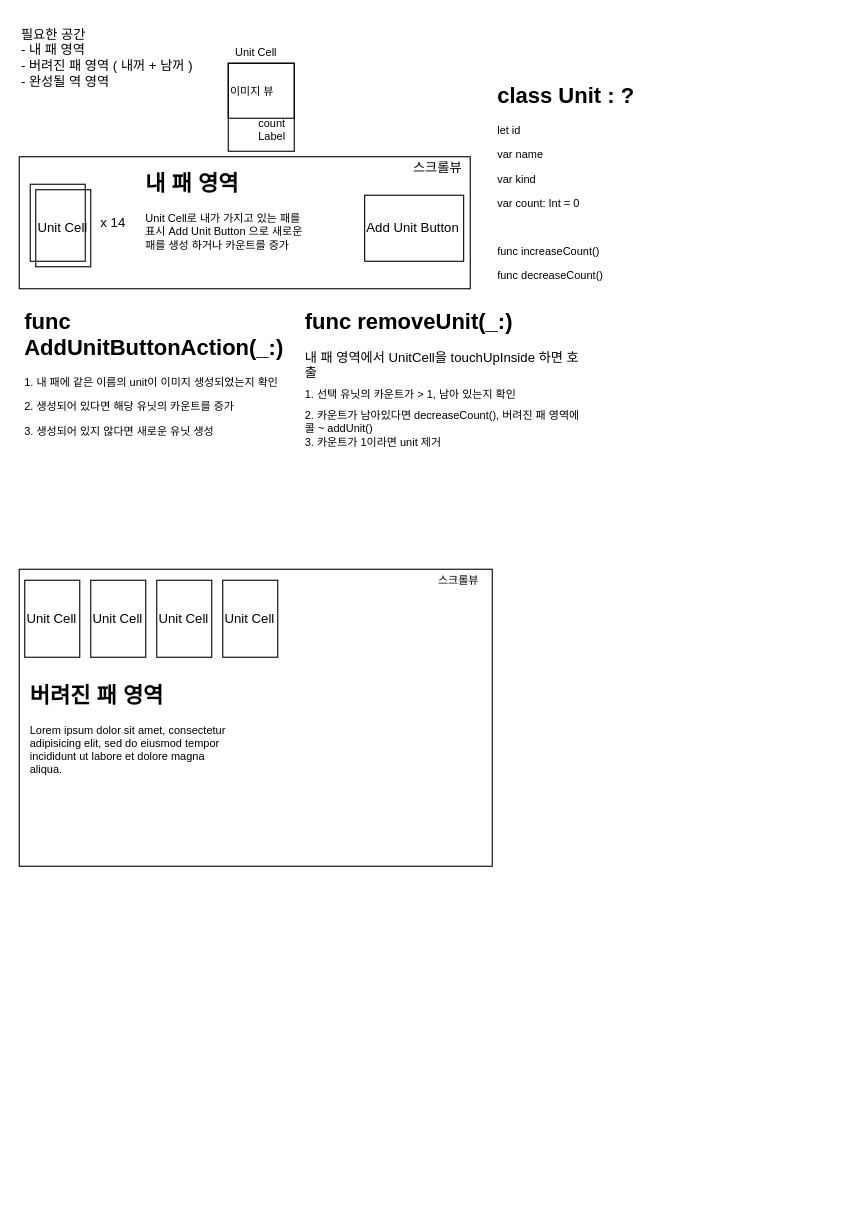
The draw.io diagram 마작앱구상.drawio in wiwi-git/MahjongSupporter, before the edit. Source tidied: cells renumbered, new cells numbered last; positions are measured from the earlier drawing's top-left corner, leaving out a move shared by most shapes. Both pictures are drawn from the tidied source at 110%, with x=0, y=0 at pixel (19, 19).
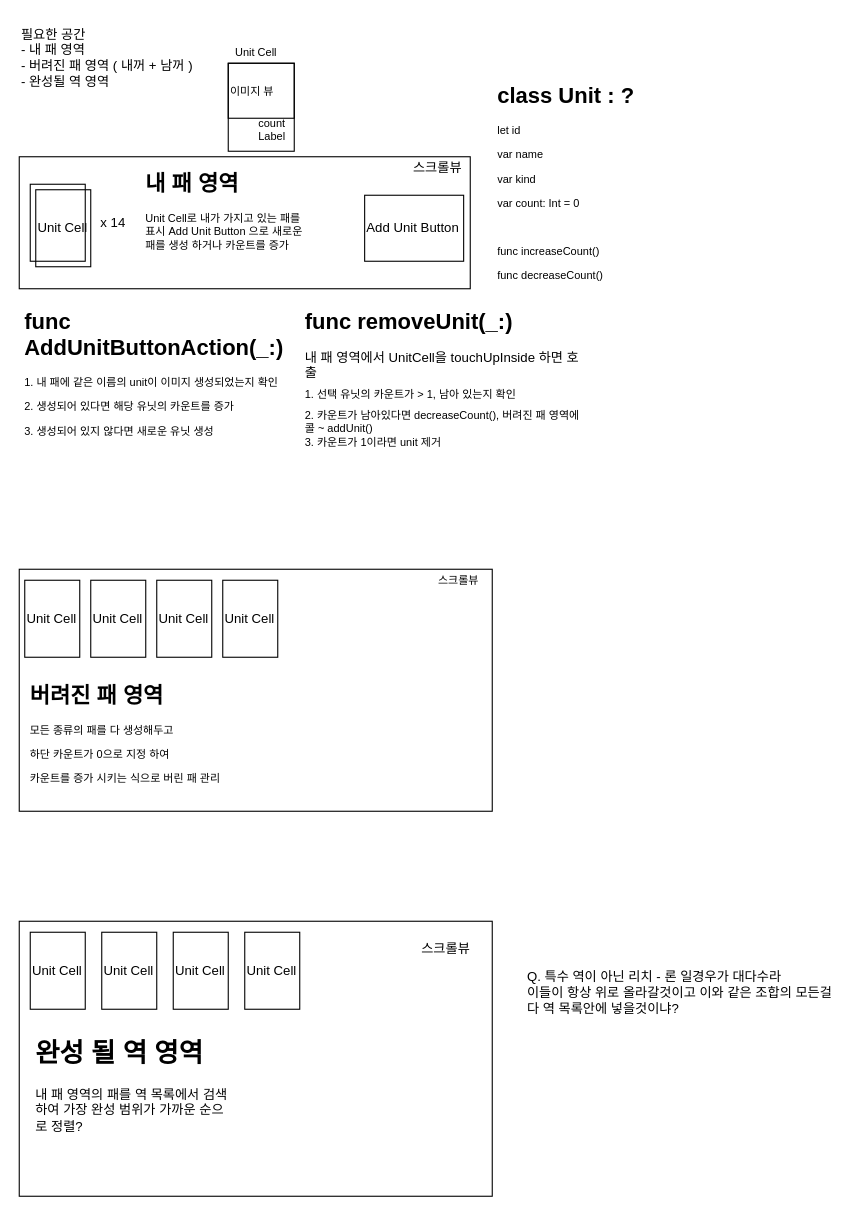
Above is the later version.

Commit message:
구상중 수정

The edit, as a diff of the source:
```diff
@@
     <mxCell id="2" style="rounded=0;whiteSpace=wrap;html=1;fontSize=10;fillColor=none;gradientColor=#ffffff;align=left;" parent="1" vertex="1">
-      <mxGeometry y="500" width="430" height="270" as="geometry" />
+      <mxGeometry y="500" width="430" height="220" as="geometry" />
     </mxCell>
@@
-    <mxCell id="20" value="&lt;h1&gt;버려진 패 영역&lt;/h1&gt;&lt;p&gt;Lorem ipsum dolor sit amet, consectetur adipisicing elit, sed do eiusmod tempor incididunt ut labore et dolore magna aliqua.&lt;/p&gt;" style="text;html=1;strokeColor=none;fillColor=none;spacing=5;spacingTop=-20;whiteSpace=wrap;overflow=hidden;rounded=0;fontSize=10;align=left;" parent="1" vertex="1">
+    <mxCell id="20" value="&lt;h1&gt;버려진 패 영역&lt;/h1&gt;&lt;p&gt;모든 종류의 패를 다 생성해두고&amp;nbsp;&lt;/p&gt;&lt;p&gt;하단 카운트가 0으로 지정 하여&lt;/p&gt;&lt;p&gt;카운트를 증가 시키는 식으로 버린 패 관리&lt;/p&gt;&lt;p&gt;&lt;br&gt;&lt;/p&gt;" style="text;html=1;strokeColor=none;fillColor=none;spacing=5;spacingTop=-20;whiteSpace=wrap;overflow=hidden;rounded=0;fontSize=10;align=left;" parent="1" vertex="1">
       <mxGeometry x="5" y="600" width="190" height="120" as="geometry" />
     </mxCell>
@@
+    <mxCell id="24" style="rounded=0;whiteSpace=wrap;html=1;fillColor=none;" parent="1" vertex="1">
+      <mxGeometry y="820" width="430" height="250" as="geometry" />
+    </mxCell>
+    <mxCell id="25" value="&lt;h1&gt;완성 될 역 영역&lt;/h1&gt;&lt;p&gt;내 패 영역의 패를 역 목록에서 검색하여 가장 완성 범위가 가까운 순으로 정렬?&lt;/p&gt;" style="text;html=1;strokeColor=none;fillColor=none;spacing=5;spacingTop=-20;whiteSpace=wrap;overflow=hidden;rounded=0;" parent="1" vertex="1">
+      <mxGeometry x="10" y="920" width="190" height="120" as="geometry" />
+    </mxCell>
+    <mxCell id="26" value="스크롤뷰" style="text;html=1;strokeColor=none;fillColor=none;align=center;verticalAlign=middle;whiteSpace=wrap;rounded=0;" parent="1" vertex="1">
+      <mxGeometry x="357.5" y="830" width="60" height="30" as="geometry" />
+    </mxCell>
+    <mxCell id="27" value="Unit Cell" style="rounded=0;whiteSpace=wrap;html=1;fillColor=none;gradientColor=#ffffff;align=left;" parent="1" vertex="1">
+      <mxGeometry x="10" y="830" width="50" height="70" as="geometry" />
+    </mxCell>
+    <mxCell id="28" value="Unit Cell" style="rounded=0;whiteSpace=wrap;html=1;fillColor=none;gradientColor=#ffffff;align=left;" parent="1" vertex="1">
+      <mxGeometry x="75" y="830" width="50" height="70" as="geometry" />
+    </mxCell>
+    <mxCell id="29" value="Unit Cell" style="rounded=0;whiteSpace=wrap;html=1;fillColor=none;gradientColor=#ffffff;align=left;" parent="1" vertex="1">
+      <mxGeometry x="140" y="830" width="50" height="70" as="geometry" />
+    </mxCell>
+    <mxCell id="30" value="Unit Cell" style="rounded=0;whiteSpace=wrap;html=1;fillColor=none;gradientColor=#ffffff;align=left;" parent="1" vertex="1">
+      <mxGeometry x="205" y="830" width="50" height="70" as="geometry" />
+    </mxCell>
+    <mxCell id="31" value="&lt;span&gt;Q. 특수 역이 아닌 리치 - 론 일경우가 대다수라 &lt;br&gt;이들이 항상 위로 올라갈것이고 이와 같은 조합의 모든걸 다 역 목록안에 넣을것이냐?&lt;/span&gt;" style="text;html=1;strokeColor=none;fillColor=none;align=left;verticalAlign=middle;whiteSpace=wrap;rounded=0;" parent="1" vertex="1">
+      <mxGeometry x="460" y="820" width="285" height="130" as="geometry" />
+    </mxCell>
```
